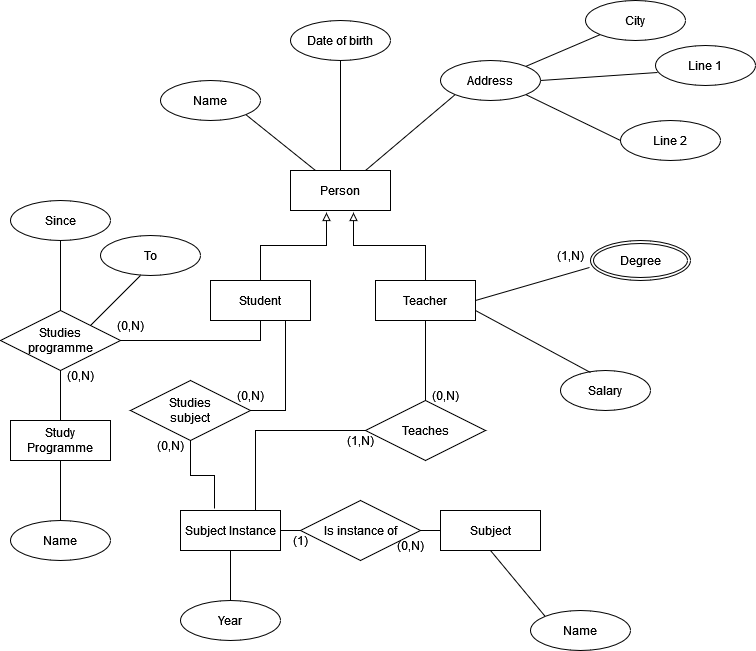
Above: er-diagram.png in filipjezek/ndbi040 (draw.io), before the change. Source tidied: cells renumbered, new cells last; positions are measured from the earlier drawing's top-left corner, leaving out a move shared by most shapes.
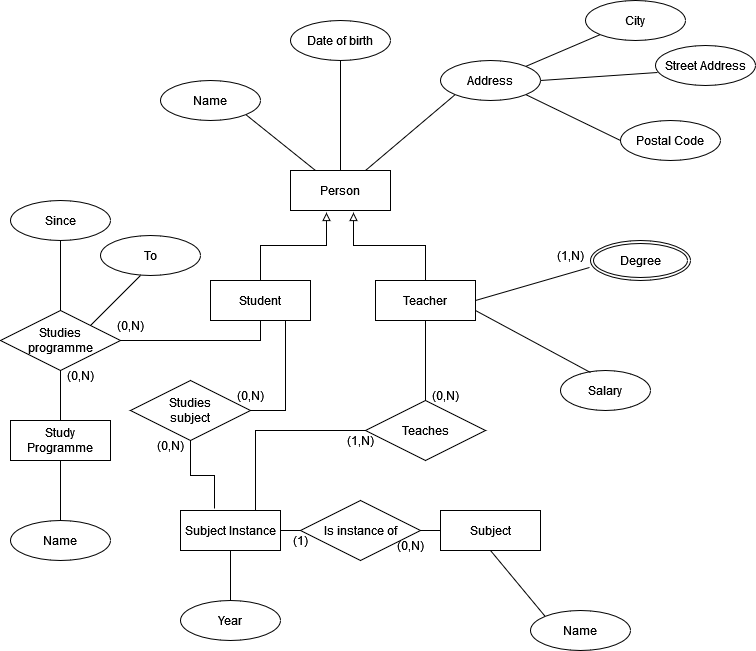
The same diagram one commit later.

Diff of the diagram source:
```diff
@@ -56,13 +56,13 @@
     <mxCell id="19" style="endArrow=none;html=1;rounded=0;exitX=0.75;exitY=0;exitDx=0;exitDy=0;entryX=0;entryY=1;entryDx=0;entryDy=0;" parent="1" edge="1" source="2" target="18">
       <mxGeometry relative="1" as="geometry" />
     </mxCell>
-    <mxCell id="20" value="Line 1" style="ellipse;whiteSpace=wrap;html=1;align=center;" parent="1" vertex="1">
+    <mxCell id="20" value="Street Address" style="ellipse;whiteSpace=wrap;html=1;align=center;" parent="1" vertex="1">
       <mxGeometry x="655" y="45" width="100" height="40" as="geometry" />
     </mxCell>
     <mxCell id="21" style="endArrow=none;html=1;rounded=0;exitX=1;exitY=0.5;exitDx=0;exitDy=0;entryX=0.02;entryY=0.675;entryDx=0;entryDy=0;entryPerimeter=0;" parent="1" edge="1" source="18" target="20">
       <mxGeometry relative="1" as="geometry" />
     </mxCell>
-    <mxCell id="22" value="Line 2" style="ellipse;whiteSpace=wrap;html=1;align=center;" parent="1" vertex="1">
+    <mxCell id="22" value="Postal Code" style="ellipse;whiteSpace=wrap;html=1;align=center;" parent="1" vertex="1">
       <mxGeometry x="620" y="120" width="100" height="40" as="geometry" />
     </mxCell>
     <mxCell id="23" style="endArrow=none;html=1;rounded=0;exitX=1;exitY=1;exitDx=0;exitDy=0;entryX=0;entryY=0.5;entryDx=0;entryDy=0;" parent="1" edge="1" source="18" target="22">
```
